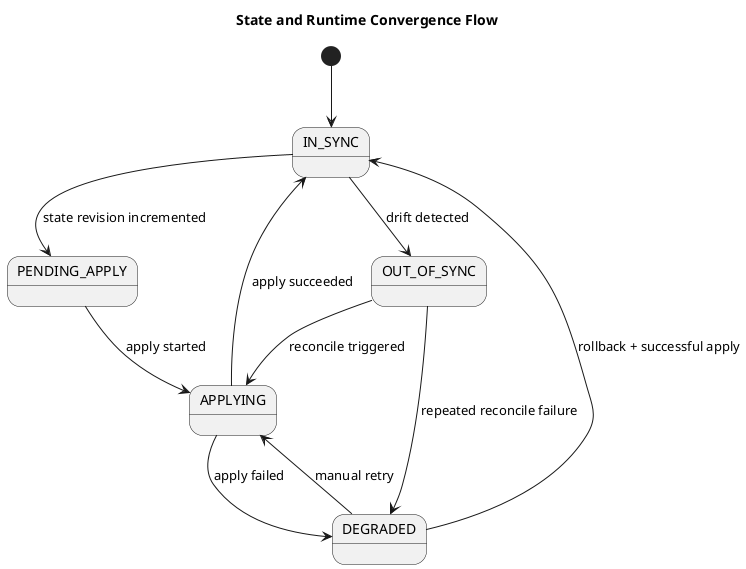
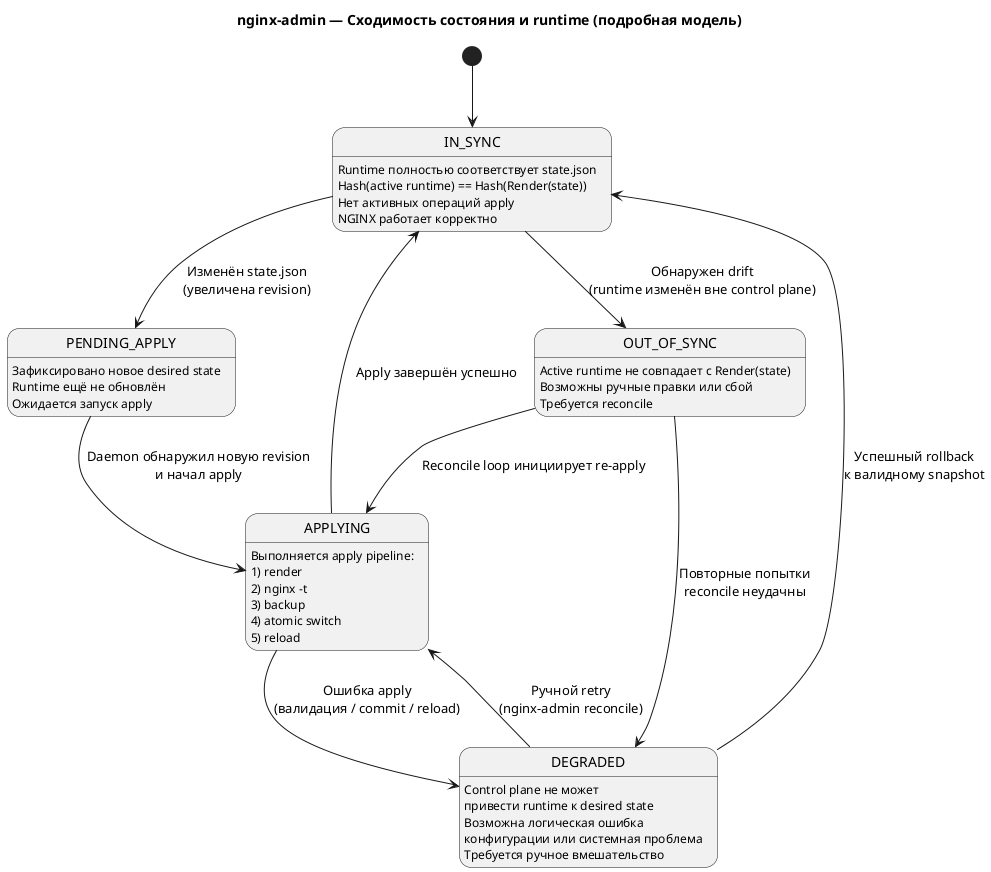
﻿@startuml
skinparam monochrome true
skinparam shadowing false

- title State and Runtime Convergence Flow
+ title nginx-admin — Сходимость состояния и runtime (подробная модель)

[*] --> IN_SYNC

- IN_SYNC --> PENDING_APPLY : state revision incremented
- PENDING_APPLY --> APPLYING : apply started
- APPLYING --> IN_SYNC : apply succeeded
- APPLYING --> DEGRADED : apply failed
+ state IN_SYNC {
+   IN_SYNC : Runtime полностью соответствует state.json
+   IN_SYNC : Hash(active runtime) == Hash(Render(state))
+   IN_SYNC : Нет активных операций apply
+   IN_SYNC : NGINX работает корректно
+ }

- IN_SYNC --> OUT_OF_SYNC : drift detected
- OUT_OF_SYNC --> APPLYING : reconcile triggered
- OUT_OF_SYNC --> DEGRADED : repeated reconcile failure
+ IN_SYNC --> PENDING_APPLY : Изменён state.json\n(увеличена revision)

- DEGRADED --> APPLYING : manual retry
- DEGRADED --> IN_SYNC : rollback + successful apply
+ state PENDING_APPLY {
+   PENDING_APPLY : Зафиксировано новое desired state
+   PENDING_APPLY : Runtime ещё не обновлён
+   PENDING_APPLY : Ожидается запуск apply
+ }

- @enduml
+ PENDING_APPLY --> APPLYING : Daemon обнаружил новую revision\nи начал apply
+ 
+ state APPLYING {
+   APPLYING : Выполняется apply pipeline:
+   APPLYING : 1) render
+   APPLYING : 2) nginx -t
+   APPLYING : 3) backup
+   APPLYING : 4) atomic switch
+   APPLYING : 5) reload
+ }
+ 
+ APPLYING --> IN_SYNC : Apply завершён успешно
+ APPLYING --> DEGRADED : Ошибка apply\n(валидация / commit / reload)
+ 
+ IN_SYNC --> OUT_OF_SYNC : Обнаружен drift\n(runtime изменён вне control plane)
+ 
+ state OUT_OF_SYNC {
+   OUT_OF_SYNC : Active runtime не совпадает с Render(state)
+   OUT_OF_SYNC : Возможны ручные правки или сбой
+   OUT_OF_SYNC : Требуется reconcile
+ }
+ 
+ OUT_OF_SYNC --> APPLYING : Reconcile loop инициирует re-apply
+ OUT_OF_SYNC --> DEGRADED : Повторные попытки\nreconcile неудачны
+ 
+ state DEGRADED {
+   DEGRADED : Control plane не может\nпривести runtime к desired state
+   DEGRADED : Возможна логическая ошибка\nконфигурации или системная проблема
+   DEGRADED : Требуется ручное вмешательство
+ }
+ 
+ DEGRADED --> APPLYING : Ручной retry\n(nginx-admin reconcile)
+ DEGRADED --> IN_SYNC : Успешный rollback\nк валидному snapshot
+ 
+ @enduml